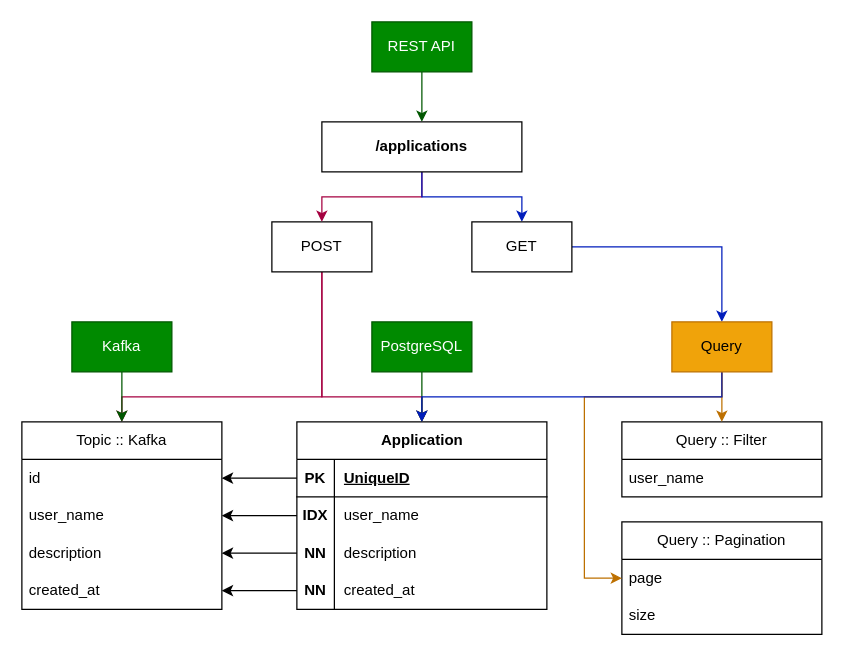
ames0k0/TestWork keeps this draw.io diagram as WebDevelopment/bewise.ai/data/Diagram.drawio. Above is the earlier version. Source tidied: cells renumbered, new cells numbered last; positions are measured from the earlier drawing's top-left corner, leaving out a move shared by most shapes. Both pictures are drawn from the tidied source at 125%, with x=0, y=0 at pixel (21, 21).
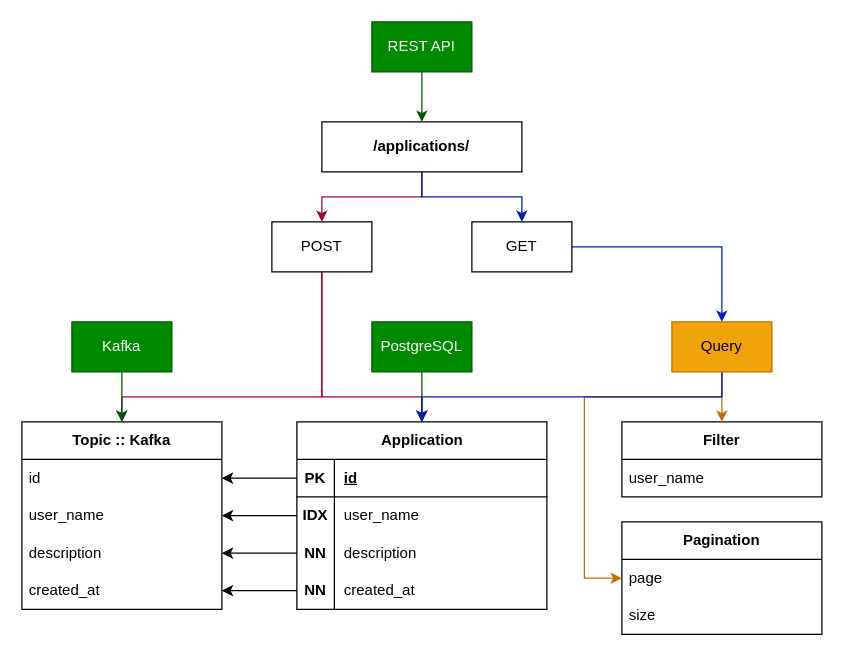
After the change.

Unchanged cells that the change refers to:
```xml
<mxCell id="17" style="shape=tableRow;horizontal=0;startSize=0;swimlaneHead=0;swimlaneBody=0;fillColor=none;points=[[0,0.5],[1,0.5]];portConstraint=eastwest;top=0;left=0;right=0;bottom=1;" parent="16" vertex="1">
  <mxGeometry y="30" width="200" height="30" as="geometry" />
</mxCell>
```

What changed in the source:
```diff
@@
-    <mxCell id="9" value="&lt;b&gt;/applications&lt;/b&gt;" style="whiteSpace=wrap;html=1;rounded=0;" parent="1" vertex="1">
+    <mxCell id="9" value="&lt;b&gt;/applications/&lt;/b&gt;" style="whiteSpace=wrap;html=1;rounded=0;" parent="1" vertex="1">
       <mxGeometry x="240" y="80" width="160" height="40" as="geometry" />
     </mxCell>
@@
-    <mxCell id="19" value="UniqueID" style="shape=partialRectangle;fillColor=none;top=0;left=0;bottom=0;right=0;align=left;spacingLeft=6;fontStyle=5;overflow=hidden;whiteSpace=wrap;html=1;" parent="17" vertex="1">
+    <mxCell id="19" value="id" style="shape=partialRectangle;fillColor=none;top=0;left=0;bottom=0;right=0;align=left;spacingLeft=6;fontStyle=5;overflow=hidden;whiteSpace=wrap;html=1;" parent="17" vertex="1">
       <mxGeometry x="30" width="170" height="30" as="geometry" />
     </mxCell>
@@
-    <mxCell id="29" value="Query :: Filter" style="swimlane;fontStyle=0;horizontal=1;startSize=30;whiteSpace=wrap;html=1;" parent="1" vertex="1">
+    <mxCell id="29" value="&lt;b&gt;Filter&lt;/b&gt;" style="swimlane;fontStyle=0;horizontal=1;startSize=30;whiteSpace=wrap;html=1;" parent="1" vertex="1">
       <mxGeometry x="480" y="320" width="160" height="60" as="geometry" />
     </mxCell>
@@
-    <mxCell id="31" value="Query :: Pagination" style="swimlane;fontStyle=0;horizontal=1;startSize=30;whiteSpace=wrap;html=1;" parent="1" vertex="1">
+    <mxCell id="31" value="&lt;b&gt;Pagination&lt;/b&gt;" style="swimlane;fontStyle=0;horizontal=1;startSize=30;whiteSpace=wrap;html=1;" parent="1" vertex="1">
       <mxGeometry x="480" y="400" width="160" height="90" as="geometry" />
     </mxCell>
@@
-    <mxCell id="34" value="Topic :: Kafka" style="swimlane;fontStyle=0;horizontal=1;startSize=30;whiteSpace=wrap;html=1;" parent="1" vertex="1">
+    <mxCell id="34" value="&lt;b&gt;Topic :: Kafka&lt;/b&gt;" style="swimlane;fontStyle=0;horizontal=1;startSize=30;whiteSpace=wrap;html=1;" parent="1" vertex="1">
       <mxGeometry y="320" width="160" height="150" as="geometry" />
     </mxCell>
```
